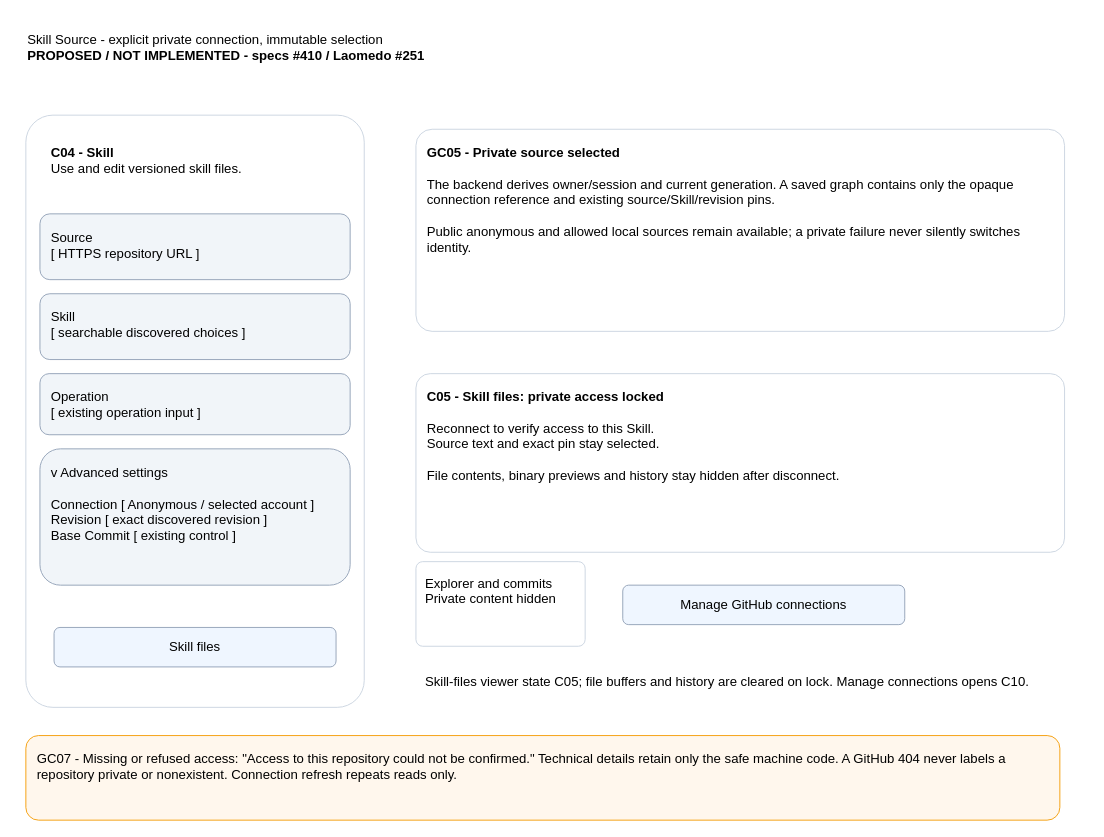
Above: page "Private Skill and locked viewer" (2 of 8) of projects/laomedo/subsystems/agent-execution/design/github-account-connections.drawio in amadou-6e/specs (draw.io), before the change. Source tidied: cells renumbered, new cells numbered last; positions are measured from the earlier drawing's top-left corner, leaving out a move shared by most shapes. Both pictures are drawn from the tidied source at 94%, with x=0, y=0 at pixel (16, 16).
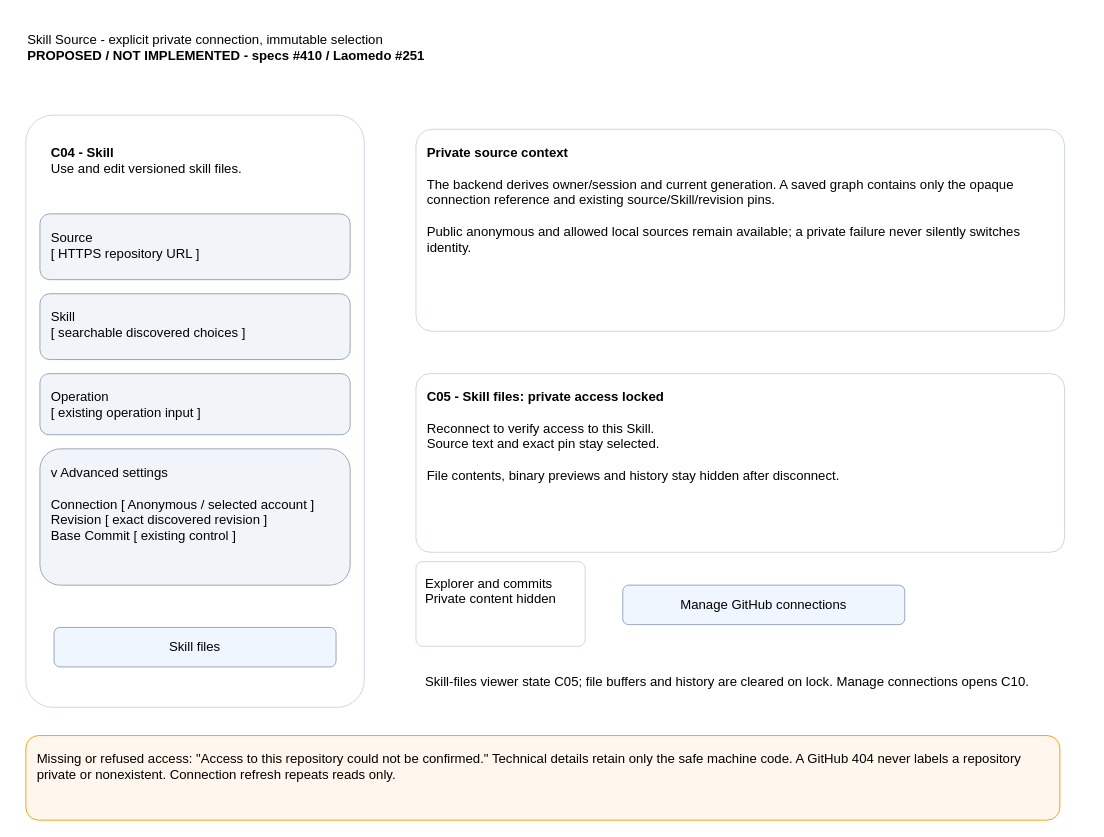
The same diagram, later.

Commit message (it also covers changes not shown here):
docs: complete private GitHub connection recovery design

Change to the diagram source:
```diff
@@
 <mxGraphModel>
   <root>
     <mxCell id="0" />
     <mxCell id="1" parent="0" />
     <mxCell id="2" value="Skill Source - explicit private connection, immutable selection&lt;br/&gt;&lt;b&gt;PROPOSED / NOT IMPLEMENTED - specs #410 / Laomedo #251&lt;/b&gt;" style="whiteSpace=wrap;html=1;fontFamily=Arial;fontSize=14;align=left;verticalAlign=top;spacing=12;text;strokeColor=none;fillColor=none;" parent="1" vertex="1">
       <mxGeometry width="1140" height="80" as="geometry" />
     </mxCell>
     <mxCell id="3" style="whiteSpace=wrap;html=1;fontFamily=Arial;fontSize=14;align=left;verticalAlign=top;spacing=12;rounded=1;arcSize=8;fillColor=#FFFFFF;strokeColor=#CBD5E1;" parent="1" vertex="1">
       <mxGeometry x="10" y="105" width="360" height="630" as="geometry" />
     </mxCell>
     <mxCell id="4" value="&lt;b&gt;C04 - Skill&lt;/b&gt;&lt;br/&gt;Use and edit versioned skill files." style="whiteSpace=wrap;html=1;fontFamily=Arial;fontSize=14;align=left;verticalAlign=top;spacing=12;text;strokeColor=none;fillColor=none;" parent="1" vertex="1">
       <mxGeometry x="25" y="120" width="330" height="80" as="geometry" />
     </mxCell>
     <mxCell id="5" value="Source&lt;br/&gt;[ HTTPS repository URL ]" style="whiteSpace=wrap;html=1;fontFamily=Arial;fontSize=14;align=left;verticalAlign=top;spacing=12;rounded=1;fillColor=#F1F5F9;strokeColor=#94A3B8;" parent="1" vertex="1">
       <mxGeometry x="25" y="210" width="330" height="70" as="geometry" />
     </mxCell>
     <mxCell id="6" value="Skill&lt;br/&gt;[ searchable discovered choices ]" style="whiteSpace=wrap;html=1;fontFamily=Arial;fontSize=14;align=left;verticalAlign=top;spacing=12;rounded=1;fillColor=#F1F5F9;strokeColor=#94A3B8;" parent="1" vertex="1">
       <mxGeometry x="25" y="295" width="330" height="70" as="geometry" />
     </mxCell>
     <mxCell id="7" value="Operation&lt;br/&gt;[ existing operation input ]" style="whiteSpace=wrap;html=1;fontFamily=Arial;fontSize=14;align=left;verticalAlign=top;spacing=12;rounded=1;fillColor=#F1F5F9;strokeColor=#94A3B8;" parent="1" vertex="1">
       <mxGeometry x="25" y="380" width="330" height="65" as="geometry" />
     </mxCell>
     <mxCell id="8" value="v Advanced settings&lt;br/&gt;&lt;br/&gt;Connection [ Anonymous / selected account ]&lt;br/&gt;Revision [ exact discovered revision ]&lt;br/&gt;Base Commit [ existing control ]" style="whiteSpace=wrap;html=1;fontFamily=Arial;fontSize=14;align=left;verticalAlign=top;spacing=12;rounded=1;fillColor=#F1F5F9;strokeColor=#94A3B8;" parent="1" vertex="1">
       <mxGeometry x="25" y="460" width="330" height="145" as="geometry" />
     </mxCell>
     <mxCell id="9" value="Skill files" style="whiteSpace=wrap;html=1;fontFamily=Arial;fontSize=14;align=left;verticalAlign=top;spacing=12;rounded=1;fillColor=#EFF6FF;strokeColor=#94A3B8;align=center;verticalAlign=middle;spacing=4;" parent="1" vertex="1">
       <mxGeometry x="40" y="650" width="300" height="42" as="geometry" />
     </mxCell>
-    <mxCell id="10" value="&lt;b&gt;GC05 - Private source selected&lt;/b&gt;&lt;br/&gt;&lt;br/&gt;The backend derives owner/session and current generation. A saved graph contains only the opaque connection reference and existing source/Skill/revision pins.&lt;br/&gt;&lt;br/&gt;Public anonymous and allowed local sources remain available; a private failure never silently switches identity." style="whiteSpace=wrap;html=1;fontFamily=Arial;fontSize=14;align=left;verticalAlign=top;spacing=12;rounded=1;arcSize=8;fillColor=#FFFFFF;strokeColor=#CBD5E1;" parent="1" vertex="1">
+    <mxCell id="10" value="&lt;b&gt;Private source context&lt;/b&gt;&lt;br/&gt;&lt;br/&gt;The backend derives owner/session and current generation. A saved graph contains only the opaque connection reference and existing source/Skill/revision pins.&lt;br/&gt;&lt;br/&gt;Public anonymous and allowed local sources remain available; a private failure never silently switches identity." style="whiteSpace=wrap;html=1;fontFamily=Arial;fontSize=14;align=left;verticalAlign=top;spacing=12;rounded=1;arcSize=8;fillColor=#FFFFFF;strokeColor=#CBD5E1;" parent="1" vertex="1">
       <mxGeometry x="425" y="120" width="690" height="215" as="geometry" />
     </mxCell>
     <mxCell id="11" value="&lt;b&gt;C05 - Skill files: private access locked&lt;/b&gt;&lt;br/&gt;&lt;br/&gt;Reconnect to verify access to this Skill.&lt;br/&gt;Source text and exact pin stay selected.&lt;br/&gt;&lt;br/&gt;File contents, binary previews and history stay hidden after disconnect." style="whiteSpace=wrap;html=1;fontFamily=Arial;fontSize=14;align=left;verticalAlign=top;spacing=12;rounded=1;arcSize=8;fillColor=#FFFFFF;strokeColor=#CBD5E1;" parent="1" vertex="1">
       <mxGeometry x="425" y="380" width="690" height="190" as="geometry" />
     </mxCell>
     <mxCell id="12" value="Manage GitHub connections" style="whiteSpace=wrap;html=1;fontFamily=Arial;fontSize=14;align=left;verticalAlign=top;spacing=12;rounded=1;fillColor=#EFF6FF;strokeColor=#94A3B8;align=center;verticalAlign=middle;spacing=4;" parent="1" vertex="1">
       <mxGeometry x="645" y="605" width="300" height="42" as="geometry" />
     </mxCell>
-    <mxCell id="13" value="GC07 - Missing or refused access: &quot;Access to this repository could not be confirmed.&quot; Technical details retain only the safe machine code. A GitHub 404 never labels a repository private or nonexistent. Connection refresh repeats reads only." style="whiteSpace=wrap;html=1;fontFamily=Arial;fontSize=14;align=left;verticalAlign=top;spacing=12;rounded=1;fillColor=#FFF7ED;strokeColor=#F59E0B;" parent="1" vertex="1">
+    <mxCell id="13" value="Missing or refused access: &quot;Access to this repository could not be confirmed.&quot; Technical details retain only the safe machine code. A GitHub 404 never labels a repository private or nonexistent. Connection refresh repeats reads only." style="whiteSpace=wrap;html=1;fontFamily=Arial;fontSize=14;align=left;verticalAlign=top;spacing=12;rounded=1;fillColor=#FFF7ED;strokeColor=#F59E0B;" parent="1" vertex="1">
       <mxGeometry x="10" y="765" width="1100" height="90" as="geometry" />
     </mxCell>
     <mxCell id="14" value="Explorer and commits&lt;br/&gt;Private content hidden" style="whiteSpace=wrap;html=1;fontFamily=Arial;fontSize=14;align=left;verticalAlign=top;spacing=10;rounded=1;arcSize=8;fillColor=#FFFFFF;strokeColor=#CBD5E1;" parent="1" vertex="1">
       <mxGeometry x="425" y="580" width="180" height="90" as="geometry" />
     </mxCell>
     <mxCell id="15" value="Skill-files viewer state C05; file buffers and history are cleared on lock. Manage connections opens C10." style="whiteSpace=wrap;html=1;fontFamily=Arial;fontSize=14;align=left;verticalAlign=top;spacing=10;text;strokeColor=none;fillColor=none;" parent="1" vertex="1">
       <mxGeometry x="425" y="685" width="690" height="65" as="geometry" />
     </mxCell>
   </root>
 </mxGraphModel>
```
